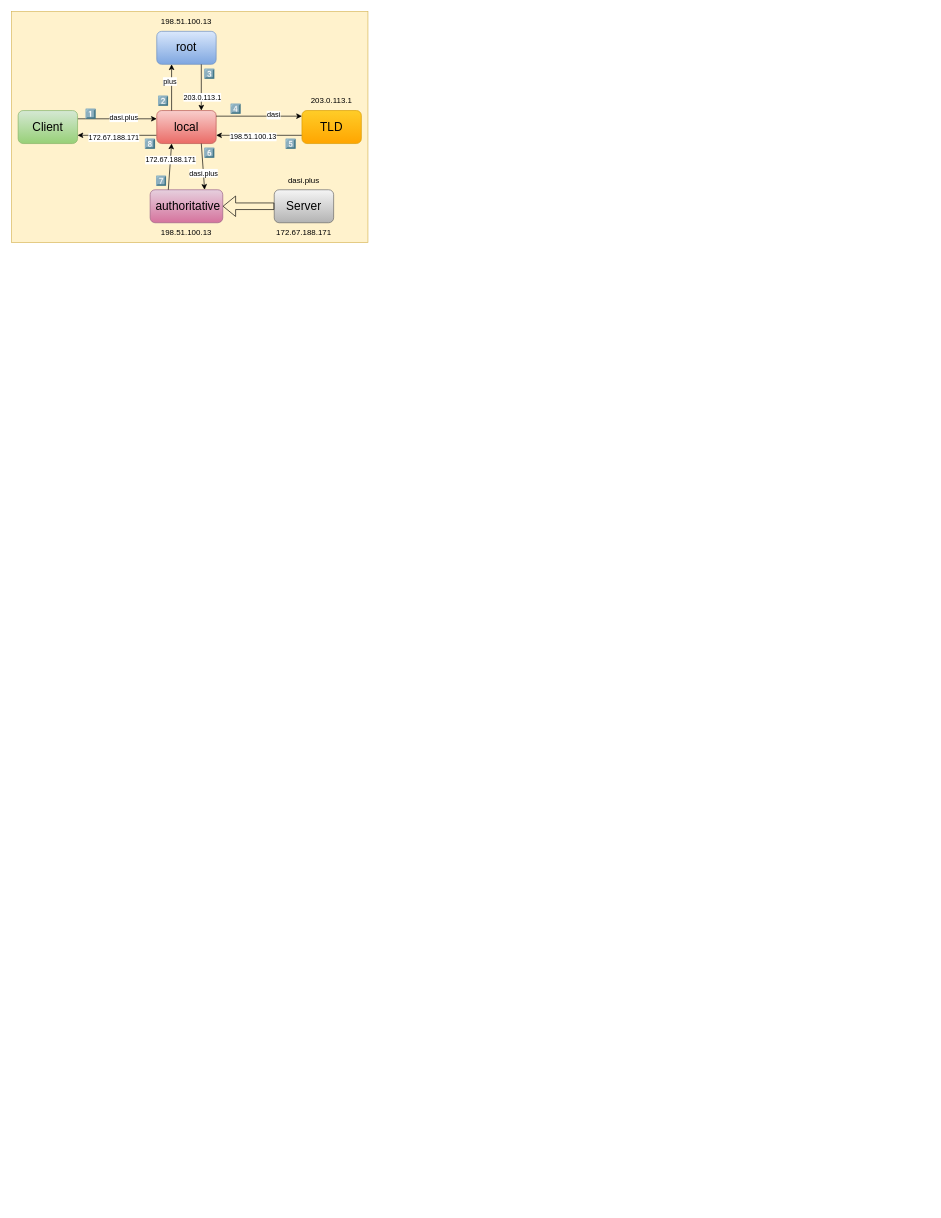
Earlier version of the draw.io diagram static/drawio/未命名绘图.drawio (dasi0227/Notes). Source tidied: cells renumbered, new cells numbered last; positions are measured from the earlier drawing's top-left corner, leaving out a move shared by most shapes. Both pictures are drawn from the tidied source at 66%, with x=0, y=0 at pixel (11, 11).
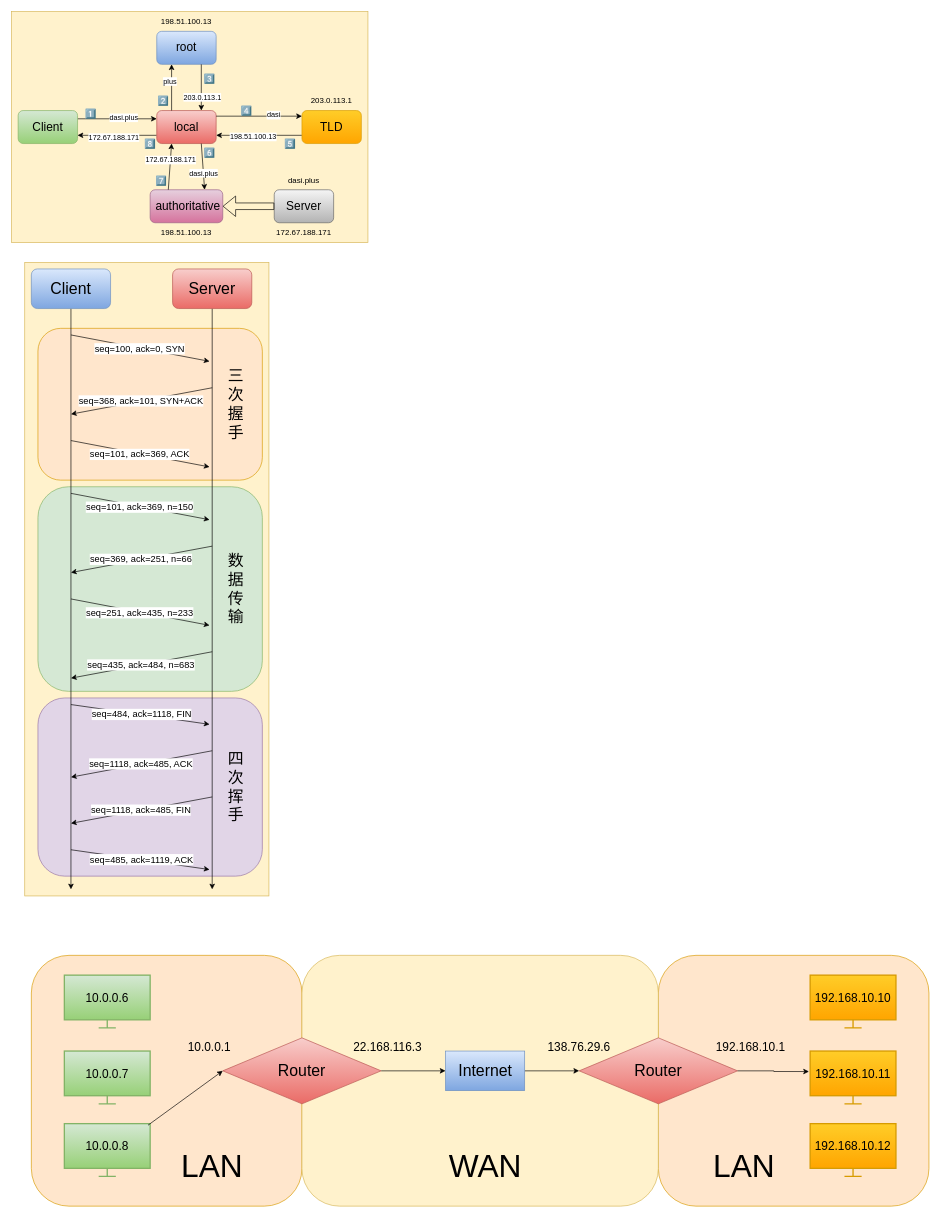
The same diagram, later.

The edit, as a diff of the source:
```diff
@@
+    <mxCell id="40" style="rounded=1;whiteSpace=wrap;html=1;fillColor=#ffe6cc;strokeColor=#d79b00;" parent="1" vertex="1">
+      <mxGeometry x="980" y="1430" width="410" height="380" as="geometry" />
+    </mxCell>
+    <mxCell id="41" style="rounded=1;whiteSpace=wrap;html=1;fillColor=#ffe6cc;strokeColor=#d79b00;" parent="1" vertex="1">
+      <mxGeometry x="30" y="1430" width="410" height="380" as="geometry" />
+    </mxCell>
+    <mxCell id="42" style="rounded=1;whiteSpace=wrap;html=1;fillColor=#fff2cc;strokeColor=#d6b656;" parent="1" vertex="1">
+      <mxGeometry x="440" y="1430" width="540" height="380" as="geometry" />
+    </mxCell>
+    <mxCell id="43" style="rounded=0;whiteSpace=wrap;html=1;fillColor=#fff2cc;strokeColor=#d6b656;" parent="1" vertex="1">
+      <mxGeometry x="20" y="380" width="370" height="960" as="geometry" />
+    </mxCell>
+    <mxCell id="44" style="rounded=1;whiteSpace=wrap;html=1;fillColor=#e1d5e7;strokeColor=#9673a6;" parent="1" vertex="1">
+      <mxGeometry x="40" y="1040" width="340" height="270" as="geometry" />
+    </mxCell>
+    <mxCell id="45" value="&lt;font style=&quot;font-size: 24px;&quot;&gt;四次挥手&lt;/font&gt;" style="text;html=1;align=center;verticalAlign=middle;whiteSpace=wrap;rounded=0;" parent="1" vertex="1">
+      <mxGeometry x="330" y="1160" width="20" height="30" as="geometry" />
+    </mxCell>
+    <mxCell id="46" style="rounded=1;whiteSpace=wrap;html=1;fillColor=#d5e8d4;strokeColor=#82b366;" parent="1" vertex="1">
+      <mxGeometry x="40" y="720" width="340" height="310" as="geometry" />
+    </mxCell>
+    <mxCell id="47" value="&lt;font style=&quot;font-size: 24px;&quot;&gt;数据传输&lt;/font&gt;" style="text;html=1;align=center;verticalAlign=middle;whiteSpace=wrap;rounded=0;" parent="1" vertex="1">
+      <mxGeometry x="330" y="860" width="20" height="30" as="geometry" />
+    </mxCell>
+    <mxCell id="48" style="rounded=1;whiteSpace=wrap;html=1;fillColor=#ffe6cc;strokeColor=#d79b00;" parent="1" vertex="1">
+      <mxGeometry x="40" y="480" width="340" height="230" as="geometry" />
+    </mxCell>
@@
     <mxCell id="24" value="&lt;font style=&quot;font-size: 14px;&quot;&gt;3️⃣&lt;/font&gt;" style="text;html=1;align=center;verticalAlign=middle;whiteSpace=wrap;rounded=0;" parent="1" vertex="1">
-      <mxGeometry x="270" y="80" width="60" height="30" as="geometry" />
+      <mxGeometry x="270" y="87" width="60" height="30" as="geometry" />
     </mxCell>
@@
     <mxCell id="27" value="&lt;font style=&quot;font-size: 14px;&quot;&gt;4️⃣&lt;/font&gt;" style="text;html=1;align=center;verticalAlign=middle;whiteSpace=wrap;rounded=0;" parent="1" vertex="1">
-      <mxGeometry x="310" y="133" width="60" height="30" as="geometry" />
+      <mxGeometry x="326" y="135" width="60" height="30" as="geometry" />
     </mxCell>
     <mxCell id="28" value="&lt;font style=&quot;font-size: 14px;&quot;&gt;5️⃣&lt;/font&gt;" style="text;html=1;align=center;verticalAlign=middle;whiteSpace=wrap;rounded=0;" parent="1" vertex="1">
-      <mxGeometry x="393" y="185" width="60" height="30" as="geometry" />
+      <mxGeometry x="392" y="185" width="60" height="30" as="geometry" />
     </mxCell>
@@
+    <mxCell id="49" style="edgeStyle=orthogonalEdgeStyle;rounded=0;jettySize=auto;html=1;exitX=0.5;exitY=1;exitDx=0;exitDy=0;" parent="1" edge="1" source="50">
+      <mxGeometry relative="1" as="geometry">
+        <mxPoint x="90" y="1330" as="targetPoint" />
+      </mxGeometry>
+    </mxCell>
+    <mxCell id="50" value="&lt;font style=&quot;font-size: 24px;&quot;&gt;Client&lt;/font&gt;" style="rounded=1;whiteSpace=wrap;html=1;fillColor=#dae8fc;gradientColor=#7ea6e0;strokeColor=#6c8ebf;" parent="1" vertex="1">
+      <mxGeometry x="30" y="390" width="120" height="60" as="geometry" />
+    </mxCell>
+    <mxCell id="51" style="edgeStyle=orthogonalEdgeStyle;rounded=0;jettySize=auto;html=1;exitX=0.5;exitY=1;exitDx=0;exitDy=0;" parent="1" edge="1" source="52">
+      <mxGeometry relative="1" as="geometry">
+        <mxPoint x="304" y="1330" as="targetPoint" />
+      </mxGeometry>
+    </mxCell>
+    <mxCell id="52" value="&lt;font style=&quot;font-size: 24px;&quot;&gt;Server&lt;/font&gt;" style="rounded=1;whiteSpace=wrap;html=1;fillColor=#f8cecc;gradientColor=#ea6b66;strokeColor=#b85450;" parent="1" vertex="1">
+      <mxGeometry x="244" y="390" width="120" height="60" as="geometry" />
+    </mxCell>
+    <mxCell id="53" style="endArrow=classic;html=1;rounded=0;" parent="1" edge="1">
+      <mxGeometry relative="1" as="geometry">
+        <mxPoint x="90" y="730" as="sourcePoint" />
+        <mxPoint x="300" y="770" as="targetPoint" />
+      </mxGeometry>
+    </mxCell>
+    <mxCell id="54" value="&lt;font style=&quot;font-size: 14px;&quot;&gt;seq=101, ack=369, n=150&lt;/font&gt;" style="edgeLabel;html=1;align=center;verticalAlign=middle;" parent="53" vertex="1">
+      <mxGeometry x="-0.01" y="-1" relative="1" as="geometry" />
+    </mxCell>
+    <mxCell id="55" style="endArrow=classic;html=1;rounded=0;" parent="1" edge="1">
+      <mxGeometry relative="1" as="geometry">
+        <mxPoint x="304" y="810" as="sourcePoint" />
+        <mxPoint x="90" y="850" as="targetPoint" />
+      </mxGeometry>
+    </mxCell>
+    <mxCell id="56" value="&lt;font style=&quot;font-size: 14px;&quot;&gt;seq=369, ack=251, n=66&lt;/font&gt;" style="edgeLabel;html=1;align=center;verticalAlign=middle;" parent="55" vertex="1">
+      <mxGeometry x="0.01" y="-1" relative="1" as="geometry" />
+    </mxCell>
+    <mxCell id="57" style="endArrow=classic;html=1;rounded=0;" parent="1" edge="1">
+      <mxGeometry relative="1" as="geometry">
+        <mxPoint x="90" y="890" as="sourcePoint" />
+        <mxPoint x="300" y="930" as="targetPoint" />
+      </mxGeometry>
+    </mxCell>
+    <mxCell id="58" value="&lt;font style=&quot;font-size: 14px;&quot;&gt;seq=251, ack=435, n=233&lt;/font&gt;" style="edgeLabel;html=1;align=center;verticalAlign=middle;" parent="57" vertex="1">
+      <mxGeometry x="-0.01" y="-1" relative="1" as="geometry" />
+    </mxCell>
+    <mxCell id="59" style="endArrow=classic;html=1;rounded=0;" parent="1" edge="1">
+      <mxGeometry relative="1" as="geometry">
+        <mxPoint x="304" y="970" as="sourcePoint" />
+        <mxPoint x="90" y="1010" as="targetPoint" />
+      </mxGeometry>
+    </mxCell>
+    <mxCell id="60" value="&lt;font style=&quot;font-size: 14px;&quot;&gt;seq=435, ack=484, n=683&lt;/font&gt;" style="edgeLabel;html=1;align=center;verticalAlign=middle;" parent="59" vertex="1">
+      <mxGeometry x="0.01" y="-1" relative="1" as="geometry" />
+    </mxCell>
+    <mxCell id="61" style="endArrow=classic;html=1;rounded=0;" parent="1" edge="1">
+      <mxGeometry relative="1" as="geometry">
+        <mxPoint x="90" y="1050" as="sourcePoint" />
+        <mxPoint x="300" y="1080" as="targetPoint" />
+      </mxGeometry>
+    </mxCell>
+    <mxCell id="62" value="&lt;span style=&quot;font-size: 14px;&quot;&gt;seq=484, ack=1118, FIN&lt;/span&gt;" style="edgeLabel;html=1;align=center;verticalAlign=middle;" parent="61" vertex="1">
+      <mxGeometry x="0.01" y="1" relative="1" as="geometry" />
+    </mxCell>
+    <mxCell id="63" style="endArrow=classic;html=1;rounded=0;" parent="1" edge="1">
+      <mxGeometry relative="1" as="geometry">
+        <mxPoint x="90" y="490" as="sourcePoint" />
+        <mxPoint x="300" y="530" as="targetPoint" />
+      </mxGeometry>
+    </mxCell>
+    <mxCell id="64" value="&lt;font style=&quot;font-size: 14px;&quot;&gt;seq=100, ack=0, SYN&lt;/font&gt;" style="edgeLabel;html=1;align=center;verticalAlign=middle;" parent="63" vertex="1">
+      <mxGeometry x="-0.01" y="-1" relative="1" as="geometry" />
+    </mxCell>
+    <mxCell id="65" style="endArrow=classic;html=1;rounded=0;" parent="1" edge="1">
+      <mxGeometry relative="1" as="geometry">
+        <mxPoint x="304" y="570" as="sourcePoint" />
+        <mxPoint x="90" y="610" as="targetPoint" />
+      </mxGeometry>
+    </mxCell>
+    <mxCell id="66" value="&lt;font style=&quot;font-size: 14px;&quot;&gt;seq=368, ack=101, SYN+ACK&lt;/font&gt;" style="edgeLabel;html=1;align=center;verticalAlign=middle;" parent="65" vertex="1">
+      <mxGeometry x="0.01" y="-1" relative="1" as="geometry" />
+    </mxCell>
+    <mxCell id="67" style="endArrow=classic;html=1;rounded=0;" parent="1" edge="1">
+      <mxGeometry relative="1" as="geometry">
+        <mxPoint x="90" y="650" as="sourcePoint" />
+        <mxPoint x="300" y="690" as="targetPoint" />
+      </mxGeometry>
+    </mxCell>
+    <mxCell id="68" value="&lt;font style=&quot;font-size: 14px;&quot;&gt;seq=101, ack=369, ACK&lt;/font&gt;" style="edgeLabel;html=1;align=center;verticalAlign=middle;" parent="67" vertex="1">
+      <mxGeometry x="-0.01" y="-1" relative="1" as="geometry" />
+    </mxCell>
+    <mxCell id="69" style="endArrow=classic;html=1;rounded=0;" parent="1" edge="1">
+      <mxGeometry relative="1" as="geometry">
+        <mxPoint x="304" y="1120" as="sourcePoint" />
+        <mxPoint x="90" y="1160" as="targetPoint" />
+      </mxGeometry>
+    </mxCell>
+    <mxCell id="70" value="&lt;font style=&quot;font-size: 14px;&quot;&gt;seq=1118, ack=485, ACK&lt;/font&gt;" style="edgeLabel;html=1;align=center;verticalAlign=middle;" parent="69" vertex="1">
+      <mxGeometry x="0.01" y="-1" relative="1" as="geometry" />
+    </mxCell>
+    <mxCell id="71" style="endArrow=classic;html=1;rounded=0;" parent="1" edge="1">
+      <mxGeometry relative="1" as="geometry">
+        <mxPoint x="90" y="1270" as="sourcePoint" />
+        <mxPoint x="300" y="1300" as="targetPoint" />
+      </mxGeometry>
+    </mxCell>
+    <mxCell id="72" value="&lt;span style=&quot;font-size: 14px;&quot;&gt;seq=485, ack=1119, ACK&lt;/span&gt;" style="edgeLabel;html=1;align=center;verticalAlign=middle;" parent="71" vertex="1">
+      <mxGeometry x="0.01" y="1" relative="1" as="geometry" />
+    </mxCell>
+    <mxCell id="73" style="endArrow=classic;html=1;rounded=0;" parent="1" edge="1">
+      <mxGeometry relative="1" as="geometry">
+        <mxPoint x="304" y="1190" as="sourcePoint" />
+        <mxPoint x="90" y="1230" as="targetPoint" />
+      </mxGeometry>
+    </mxCell>
+    <mxCell id="74" value="&lt;font style=&quot;font-size: 14px;&quot;&gt;seq=1118, ack=485, FIN&lt;/font&gt;" style="edgeLabel;html=1;align=center;verticalAlign=middle;" parent="73" vertex="1">
+      <mxGeometry x="0.01" y="-1" relative="1" as="geometry" />
+    </mxCell>
+    <mxCell id="75" value="&lt;font style=&quot;font-size: 24px;&quot;&gt;三次握手&lt;/font&gt;" style="text;html=1;align=center;verticalAlign=middle;whiteSpace=wrap;rounded=0;" parent="1" vertex="1">
+      <mxGeometry x="330" y="580" width="20" height="30" as="geometry" />
+    </mxCell>
+    <mxCell id="76" style="html=1;verticalLabelPosition=bottom;align=center;labelBackgroundColor=#ffffff;verticalAlign=top;strokeWidth=2;strokeColor=#d79b00;shadow=0;dashed=0;shape=mxgraph.ios7.icons.monitor;fillColor=#ffcd28;gradientColor=#ffa500;" parent="1" vertex="1">
+      <mxGeometry x="1210" y="1460" width="130" height="80" as="geometry" />
+    </mxCell>
+    <mxCell id="77" value="&lt;font style=&quot;font-size: 18px;&quot;&gt;192.168.10.10&lt;/font&gt;" style="text;html=1;align=center;verticalAlign=middle;whiteSpace=wrap;rounded=0;" parent="1" vertex="1">
+      <mxGeometry x="1245" y="1480" width="60" height="30" as="geometry" />
+    </mxCell>
+    <mxCell id="78" style="html=1;verticalLabelPosition=bottom;align=center;labelBackgroundColor=#ffffff;verticalAlign=top;strokeWidth=2;strokeColor=#d79b00;shadow=0;dashed=0;shape=mxgraph.ios7.icons.monitor;fillColor=#ffcd28;gradientColor=#ffa500;" parent="1" vertex="1">
+      <mxGeometry x="1210" y="1575" width="130" height="80" as="geometry" />
+    </mxCell>
+    <mxCell id="79" value="&lt;font style=&quot;font-size: 18px;&quot;&gt;192.168.10.11&lt;/font&gt;" style="text;html=1;align=center;verticalAlign=middle;whiteSpace=wrap;rounded=0;" parent="1" vertex="1">
+      <mxGeometry x="1245" y="1595" width="60" height="30" as="geometry" />
+    </mxCell>
+    <mxCell id="80" style="html=1;verticalLabelPosition=bottom;align=center;labelBackgroundColor=#ffffff;verticalAlign=top;strokeWidth=2;strokeColor=#d79b00;shadow=0;dashed=0;shape=mxgraph.ios7.icons.monitor;fillColor=#ffcd28;gradientColor=#ffa500;" parent="1" vertex="1">
+      <mxGeometry x="1210" y="1685" width="130" height="80" as="geometry" />
+    </mxCell>
+    <mxCell id="81" value="&lt;font style=&quot;font-size: 18px;&quot;&gt;192.168.10.12&lt;/font&gt;" style="text;html=1;align=center;verticalAlign=middle;whiteSpace=wrap;rounded=0;" parent="1" vertex="1">
+      <mxGeometry x="1245" y="1705" width="60" height="30" as="geometry" />
+    </mxCell>
+    <mxCell id="82" value="&lt;font style=&quot;font-size: 24px;&quot;&gt;Router&lt;/font&gt;" style="rhombus;whiteSpace=wrap;html=1;fillColor=#f8cecc;gradientColor=#ea6b66;strokeColor=#b85450;" parent="1" vertex="1">
+      <mxGeometry x="860" y="1555" width="240" height="100" as="geometry" />
+    </mxCell>
+    <mxCell id="83" value="&lt;font style=&quot;font-size: 18px;&quot;&gt;192.168.10.1&lt;/font&gt;" style="text;html=1;align=center;verticalAlign=middle;whiteSpace=wrap;rounded=0;" parent="1" vertex="1">
+      <mxGeometry x="1090" y="1555" width="60" height="30" as="geometry" />
+    </mxCell>
+    <mxCell id="84" value="&lt;font style=&quot;font-size: 18px;&quot;&gt;138.76.29.6&lt;/font&gt;" style="text;html=1;align=center;verticalAlign=middle;whiteSpace=wrap;rounded=0;" parent="1" vertex="1">
+      <mxGeometry x="830" y="1555" width="60" height="30" as="geometry" />
+    </mxCell>
+    <mxCell id="85" style="html=1;verticalLabelPosition=bottom;align=center;labelBackgroundColor=#ffffff;verticalAlign=top;strokeWidth=2;strokeColor=#82b366;shadow=0;dashed=0;shape=mxgraph.ios7.icons.monitor;fillColor=#d5e8d4;gradientColor=#97d077;" parent="1" vertex="1">
+      <mxGeometry x="80" y="1460" width="130" height="80" as="geometry" />
+    </mxCell>
+    <mxCell id="86" value="&lt;span style=&quot;font-size: 18px;&quot;&gt;10.0.0.6&lt;/span&gt;" style="text;html=1;align=center;verticalAlign=middle;whiteSpace=wrap;rounded=0;" parent="1" vertex="1">
+      <mxGeometry x="115" y="1480" width="60" height="30" as="geometry" />
+    </mxCell>
+    <mxCell id="87" style="html=1;verticalLabelPosition=bottom;align=center;labelBackgroundColor=#ffffff;verticalAlign=top;strokeWidth=2;strokeColor=#82b366;shadow=0;dashed=0;shape=mxgraph.ios7.icons.monitor;fillColor=#d5e8d4;gradientColor=#97d077;" parent="1" vertex="1">
+      <mxGeometry x="80" y="1575" width="130" height="80" as="geometry" />
+    </mxCell>
+    <mxCell id="88" value="&lt;font style=&quot;font-size: 18px;&quot;&gt;10.0.0.7&lt;/font&gt;" style="text;html=1;align=center;verticalAlign=middle;whiteSpace=wrap;rounded=0;" parent="1" vertex="1">
+      <mxGeometry x="115" y="1595" width="60" height="30" as="geometry" />
+    </mxCell>
+    <mxCell id="89" style="html=1;verticalLabelPosition=bottom;align=center;labelBackgroundColor=#ffffff;verticalAlign=top;strokeWidth=2;strokeColor=#82b366;shadow=0;dashed=0;shape=mxgraph.ios7.icons.monitor;fillColor=#d5e8d4;gradientColor=#97d077;" parent="1" vertex="1">
+      <mxGeometry x="80" y="1685" width="130" height="80" as="geometry" />
+    </mxCell>
+    <mxCell id="90" value="&lt;font style=&quot;font-size: 18px;&quot;&gt;10.0.0.8&lt;/font&gt;" style="text;html=1;align=center;verticalAlign=middle;whiteSpace=wrap;rounded=0;" parent="1" vertex="1">
+      <mxGeometry x="115" y="1705" width="60" height="30" as="geometry" />
+    </mxCell>
+    <mxCell id="91" style="edgeStyle=orthogonalEdgeStyle;rounded=0;jettySize=auto;html=1;exitX=1;exitY=0.5;exitDx=0;exitDy=0;entryX=0;entryY=0.5;entryDx=0;entryDy=0;" parent="1" edge="1" source="92" target="96">
+      <mxGeometry relative="1" as="geometry" />
+    </mxCell>
+    <mxCell id="92" value="&lt;font style=&quot;font-size: 24px;&quot;&gt;Router&lt;/font&gt;" style="rhombus;whiteSpace=wrap;html=1;fillColor=#f8cecc;strokeColor=#b85450;gradientColor=#ea6b66;" parent="1" vertex="1">
+      <mxGeometry x="320" y="1555" width="240" height="100" as="geometry" />
+    </mxCell>
+    <mxCell id="93" value="&lt;span style=&quot;font-size: 18px;&quot;&gt;22.168.116.3&lt;/span&gt;" style="text;html=1;align=center;verticalAlign=middle;whiteSpace=wrap;rounded=0;" parent="1" vertex="1">
+      <mxGeometry x="540" y="1555" width="60" height="30" as="geometry" />
+    </mxCell>
+    <mxCell id="94" value="&lt;font style=&quot;font-size: 18px;&quot;&gt;10.0.0.1&lt;/font&gt;" style="text;html=1;align=center;verticalAlign=middle;whiteSpace=wrap;rounded=0;" parent="1" vertex="1">
+      <mxGeometry x="270" y="1555" width="60" height="30" as="geometry" />
+    </mxCell>
+    <mxCell id="95" style="edgeStyle=orthogonalEdgeStyle;rounded=0;jettySize=auto;html=1;exitX=1;exitY=0.5;exitDx=0;exitDy=0;entryX=0;entryY=0.5;entryDx=0;entryDy=0;" parent="1" edge="1" source="96" target="82">
+      <mxGeometry relative="1" as="geometry" />
+    </mxCell>
+    <mxCell id="96" value="&lt;font style=&quot;font-size: 24px;&quot;&gt;Internet&lt;/font&gt;" style="rounded=0;whiteSpace=wrap;html=1;fillColor=#dae8fc;gradientColor=#7ea6e0;strokeColor=#6c8ebf;" parent="1" vertex="1">
+      <mxGeometry x="657.5" y="1575" width="120" height="60" as="geometry" />
+    </mxCell>
+    <mxCell id="97" value="&lt;font style=&quot;font-size: 48px;&quot;&gt;WAN&lt;/font&gt;" style="text;html=1;align=center;verticalAlign=middle;whiteSpace=wrap;rounded=0;" parent="1" vertex="1">
+      <mxGeometry x="687.5" y="1735" width="60" height="30" as="geometry" />
+    </mxCell>
+    <mxCell id="98" style="endArrow=classic;html=1;rounded=0;entryX=0;entryY=0.5;entryDx=0;entryDy=0;exitX=0.975;exitY=0.03;exitDx=0;exitDy=0;exitPerimeter=0;" parent="1" edge="1" source="89" target="92">
+      <mxGeometry relative="1" as="geometry" />
+    </mxCell>
+    <mxCell id="99" style="edgeStyle=orthogonalEdgeStyle;rounded=0;jettySize=auto;html=1;exitX=1;exitY=0.5;exitDx=0;exitDy=0;entryX=-0.014;entryY=0.388;entryDx=0;entryDy=0;entryPerimeter=0;" parent="1" edge="1" source="82" target="78">
+      <mxGeometry relative="1" as="geometry" />
+    </mxCell>
+    <mxCell id="100" value="&lt;font style=&quot;font-size: 48px;&quot;&gt;LAN&lt;/font&gt;" style="text;html=1;align=center;verticalAlign=middle;whiteSpace=wrap;rounded=0;" parent="1" vertex="1">
+      <mxGeometry x="274" y="1735" width="60" height="30" as="geometry" />
+    </mxCell>
+    <mxCell id="101" value="&lt;font style=&quot;font-size: 48px;&quot;&gt;LAN&lt;/font&gt;" style="text;html=1;align=center;verticalAlign=middle;whiteSpace=wrap;rounded=0;" parent="1" vertex="1">
+      <mxGeometry x="1080" y="1735" width="60" height="30" as="geometry" />
+    </mxCell>
```
